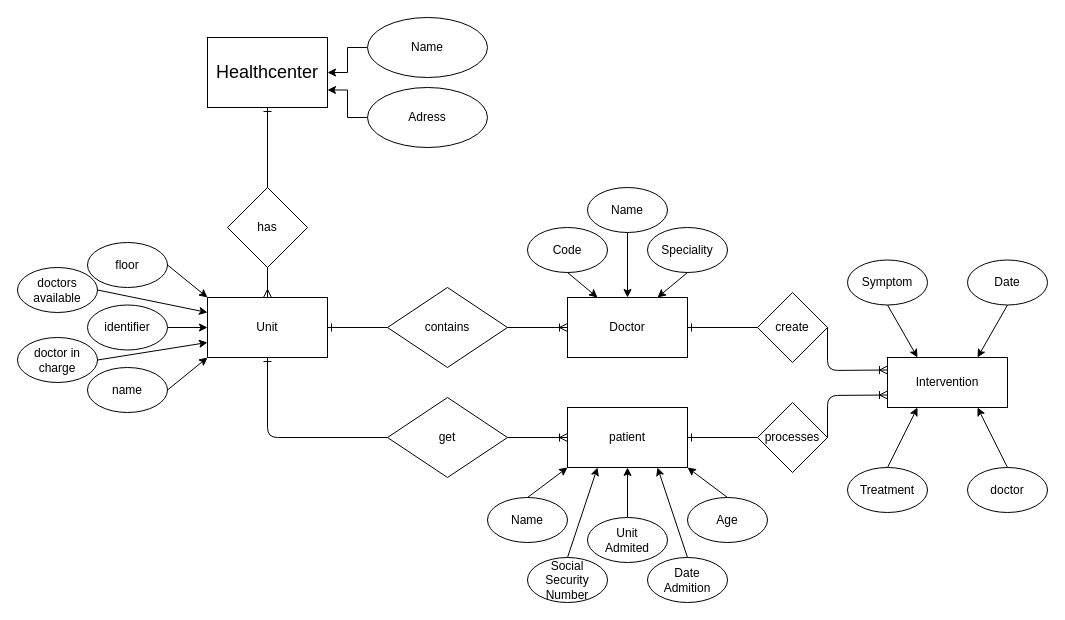
Before: page "Page-2" (2 of 4) of HealthCenter.drawio in LeDaniii/CF-DBDev-cekic-matzer, a draw.io diagram. Source tidied: cells renumbered, new cells numbered last; positions are measured from the earlier drawing's top-left corner, leaving out a move shared by most shapes. Both pictures are drawn from the tidied source at 100%, with x=0, y=0 at pixel (17, 17).
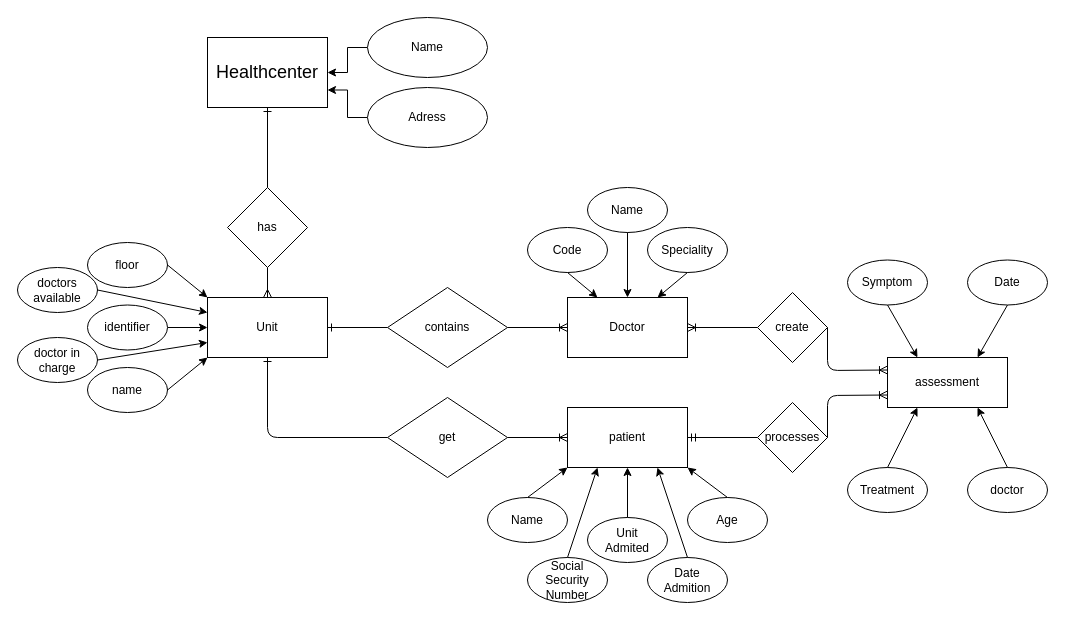
Above is the later version.

Unchanged cells that the change refers to:
```xml
<mxCell id="13" value="Doctor" style="rounded=0;whiteSpace=wrap;html=1;" parent="1" vertex="1">
  <mxGeometry x="550" y="280" width="120" height="60" as="geometry" />
</mxCell>
<mxCell id="17" value="patient" style="rounded=0;whiteSpace=wrap;html=1;" parent="1" vertex="1">
  <mxGeometry x="550" y="390" width="120" height="60" as="geometry" />
</mxCell>
<mxCell id="20" value="processes" style="rhombus;whiteSpace=wrap;html=1;" parent="1" vertex="1">
  <mxGeometry x="740" y="385" width="70" height="70" as="geometry" />
</mxCell>
<mxCell id="23" value="create" style="rhombus;whiteSpace=wrap;html=1;" parent="1" vertex="1">
  <mxGeometry x="740" y="275" width="70" height="70" as="geometry" />
</mxCell>
```

What changed in the source:
```diff
@@
-    <mxCell id="19" value="Intervention" style="rounded=0;whiteSpace=wrap;html=1;" parent="1" vertex="1">
+    <mxCell id="19" value="&lt;span&gt;&lt;span&gt;assessment&lt;/span&gt;&lt;/span&gt;" style="rounded=0;whiteSpace=wrap;html=1;" parent="1" vertex="1">
       <mxGeometry x="870" y="340" width="120" height="50" as="geometry" />
     </mxCell>
@@
-    <mxCell id="22" style="endArrow=ERone;html=1;exitX=0;exitY=0.5;exitDx=0;exitDy=0;endFill=0;entryX=1;entryY=0.5;entryDx=0;entryDy=0;" parent="1" edge="1" source="20" target="17">
+    <mxCell id="22" style="endArrow=ERmandOne;html=1;exitX=0;exitY=0.5;exitDx=0;exitDy=0;endFill=0;entryX=1;entryY=0.5;entryDx=0;entryDy=0;" parent="1" edge="1" source="20" target="17">
       <mxGeometry relative="1" as="geometry" />
     </mxCell>
@@
-    <mxCell id="24" style="endArrow=ERone;html=1;exitX=0;exitY=0.5;exitDx=0;exitDy=0;endFill=0;entryX=1;entryY=0.5;entryDx=0;entryDy=0;" parent="1" edge="1" source="23" target="13">
+    <mxCell id="24" style="endArrow=ERoneToMany;html=1;exitX=0;exitY=0.5;exitDx=0;exitDy=0;endFill=0;entryX=1;entryY=0.5;entryDx=0;entryDy=0;" parent="1" edge="1" source="23" target="13">
       <mxGeometry relative="1" as="geometry" />
     </mxCell>
```
